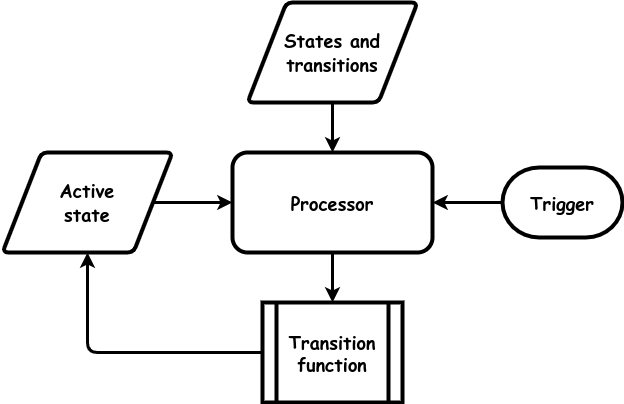
This is images/fsm.drawio.png from garfix/architectural-patterns, a draw.io export, as it was before one commit. Source tidied: cells renumbered, new cells last; positions are measured from the earlier drawing's top-left corner, leaving out a move shared by most shapes.
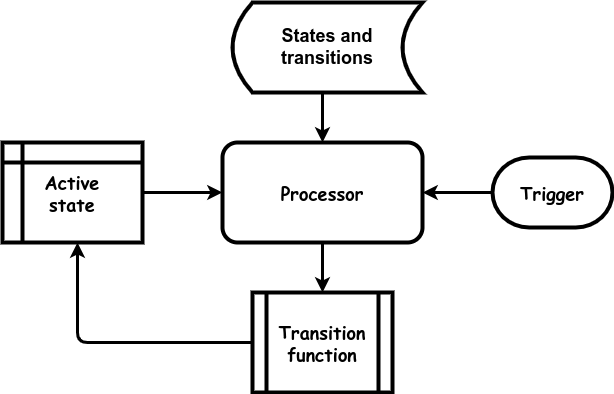
The same file after the commit.

What changed in the source:
```diff
@@ -2,26 +2,25 @@
   <root>
     <mxCell id="0" />
     <mxCell id="1" parent="0" />
-    <mxCell id="2" value="&lt;font face=&quot;Comic Sans MS&quot; style=&quot;font-size: 18px;&quot;&gt;Active&lt;br&gt;state&lt;br&gt;&lt;/font&gt;" style="shape=parallelogram;html=1;strokeWidth=4;perimeter=parallelogramPerimeter;whiteSpace=wrap;rounded=1;arcSize=12;size=0.23;fontStyle=1;fontSize=18;" parent="1" vertex="1">
-      <mxGeometry y="150" width="170" height="100" as="geometry" />
-    </mxCell>
     <mxCell id="3" value="&lt;b style=&quot;font-size: 18px;&quot;&gt;Processor&lt;br&gt;&lt;/b&gt;" style="rounded=1;whiteSpace=wrap;html=1;strokeWidth=4;fontFamily=Comic Sans MS;fontSize=18;" parent="1" vertex="1">
       <mxGeometry x="230" y="150" width="200" height="100" as="geometry" />
     </mxCell>
-    <mxCell id="4" style="endArrow=none;startArrow=classic;html=1;rounded=0;strokeWidth=3;endFill=0;" parent="1" edge="1" source="3" target="6">
-      <mxGeometry relative="1" as="geometry" />
+    <mxCell id="4" style="endArrow=none;startArrow=classic;html=1;rounded=0;strokeWidth=3;endFill=0;" parent="1" edge="1" source="3">
+      <mxGeometry relative="1" as="geometry">
+        <mxPoint x="330" y="100" as="targetPoint" />
+      </mxGeometry>
     </mxCell>
-    <mxCell id="5" style="endArrow=none;startArrow=classic;html=1;rounded=0;strokeWidth=3;endFill=0;" parent="1" edge="1" source="3" target="2">
-      <mxGeometry relative="1" as="geometry" />
+    <mxCell id="5" style="endArrow=none;startArrow=classic;html=1;rounded=0;strokeWidth=3;endFill=0;" parent="1" edge="1" source="3">
+      <mxGeometry relative="1" as="geometry">
+        <mxPoint x="150.5" y="200" as="targetPoint" />
+      </mxGeometry>
     </mxCell>
-    <mxCell id="6" value="&lt;font face=&quot;Comic Sans MS&quot; style=&quot;font-size: 18px;&quot;&gt;States and transitions&lt;br&gt;&lt;/font&gt;" style="shape=parallelogram;html=1;strokeWidth=4;perimeter=parallelogramPerimeter;whiteSpace=wrap;rounded=1;arcSize=12;size=0.23;fontStyle=1;fontSize=18;" parent="1" vertex="1">
-      <mxGeometry x="245" width="170" height="100" as="geometry" />
-    </mxCell>
     <mxCell id="7" value="Transition&lt;br&gt;function" style="shape=process;whiteSpace=wrap;html=1;backgroundOutline=1;strokeWidth=4;fontSize=18;fontStyle=1;fontFamily=Comic Sans MS;" parent="1" vertex="1">
       <mxGeometry x="260" y="300" width="140" height="100" as="geometry" />
     </mxCell>
-    <mxCell id="8" style="endArrow=none;startArrow=classic;html=1;rounded=1;strokeWidth=3;endFill=0;" parent="1" edge="1" source="2" target="7">
+    <mxCell id="8" style="endArrow=none;startArrow=classic;html=1;rounded=1;strokeWidth=3;endFill=0;" parent="1" edge="1" target="7">
       <mxGeometry relative="1" as="geometry">
+        <mxPoint x="85" y="250" as="sourcePoint" />
         <Array as="points">
           <mxPoint x="85" y="350" />
         </Array>
@@ -36,5 +35,11 @@
     <mxCell id="11" style="endArrow=none;startArrow=classic;html=1;rounded=0;strokeWidth=3;endFill=0;" parent="1" edge="1" source="3" target="10">
       <mxGeometry relative="1" as="geometry" />
     </mxCell>
+    <mxCell id="2" value="Active&lt;br&gt;state" style="shape=internalStorage;whiteSpace=wrap;html=1;backgroundOutline=1;strokeWidth=4;fontSize=18;fontFamily=Comic Sans MS;fontStyle=1;" parent="1" vertex="1">
+      <mxGeometry x="10" y="150" width="140" height="100" as="geometry" />
+    </mxCell>
+    <mxCell id="6" value="&lt;span style=&quot;font-size: 18px;&quot;&gt;&lt;b&gt;States and&lt;br&gt;transitions&lt;br&gt;&lt;/b&gt;&lt;/span&gt;" style="shape=dataStorage;whiteSpace=wrap;html=1;fixedSize=1;strokeWidth=4;" parent="1" vertex="1">
+      <mxGeometry x="240" y="10" width="190" height="90" as="geometry" />
+    </mxCell>
   </root>
 </mxGraphModel>
```
